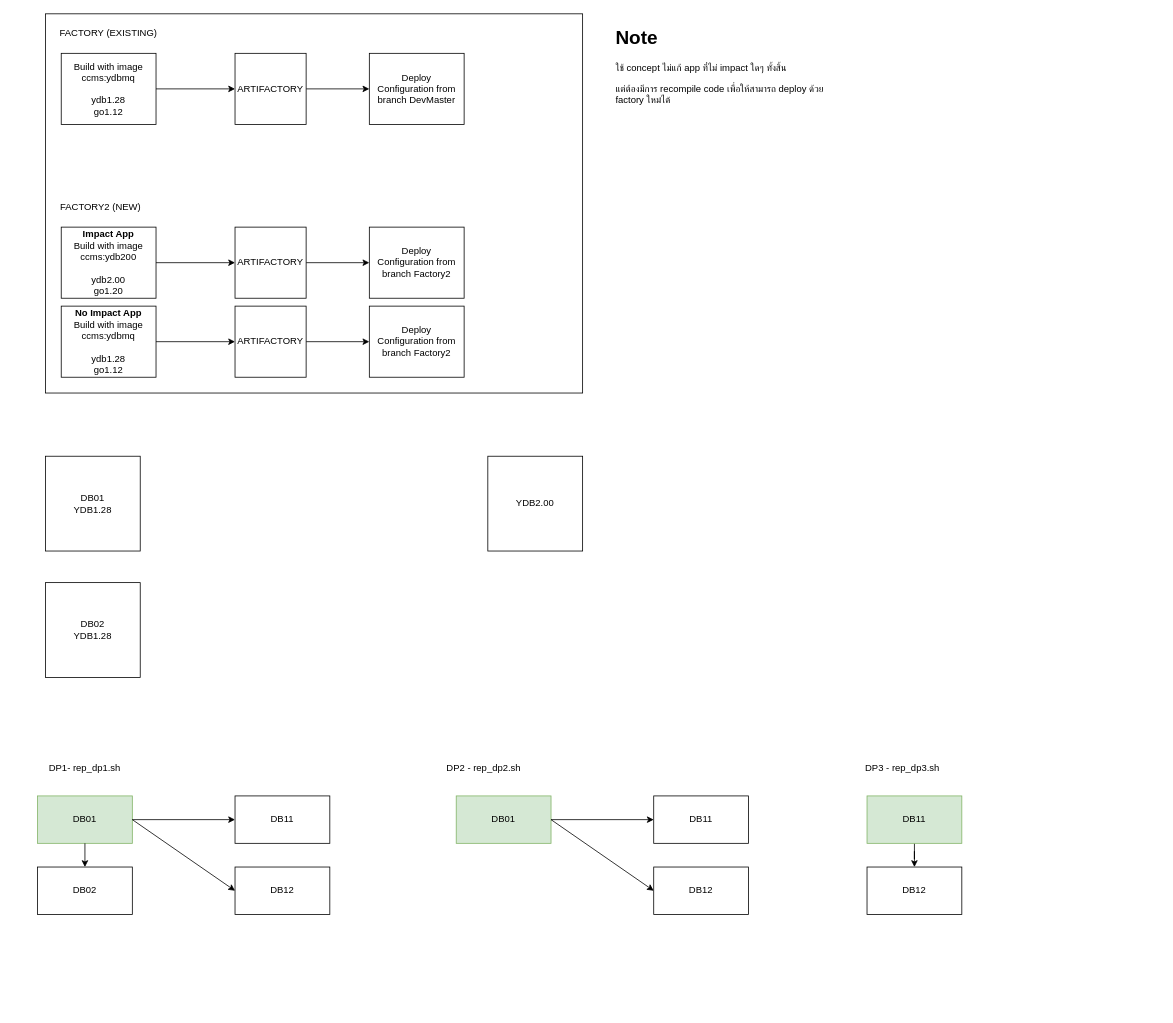
Earlier version of the draw.io diagram page "EOS LINUX" (3 of 4) of CCMS_Project.drawio (chawaratr/drawio). Source tidied: cells renumbered, new cells numbered last; positions are measured from the earlier drawing's top-left corner, leaving out a move shared by most shapes. Both pictures are drawn from the tidied source at 79%, with x=0, y=0 at pixel (37, 13).
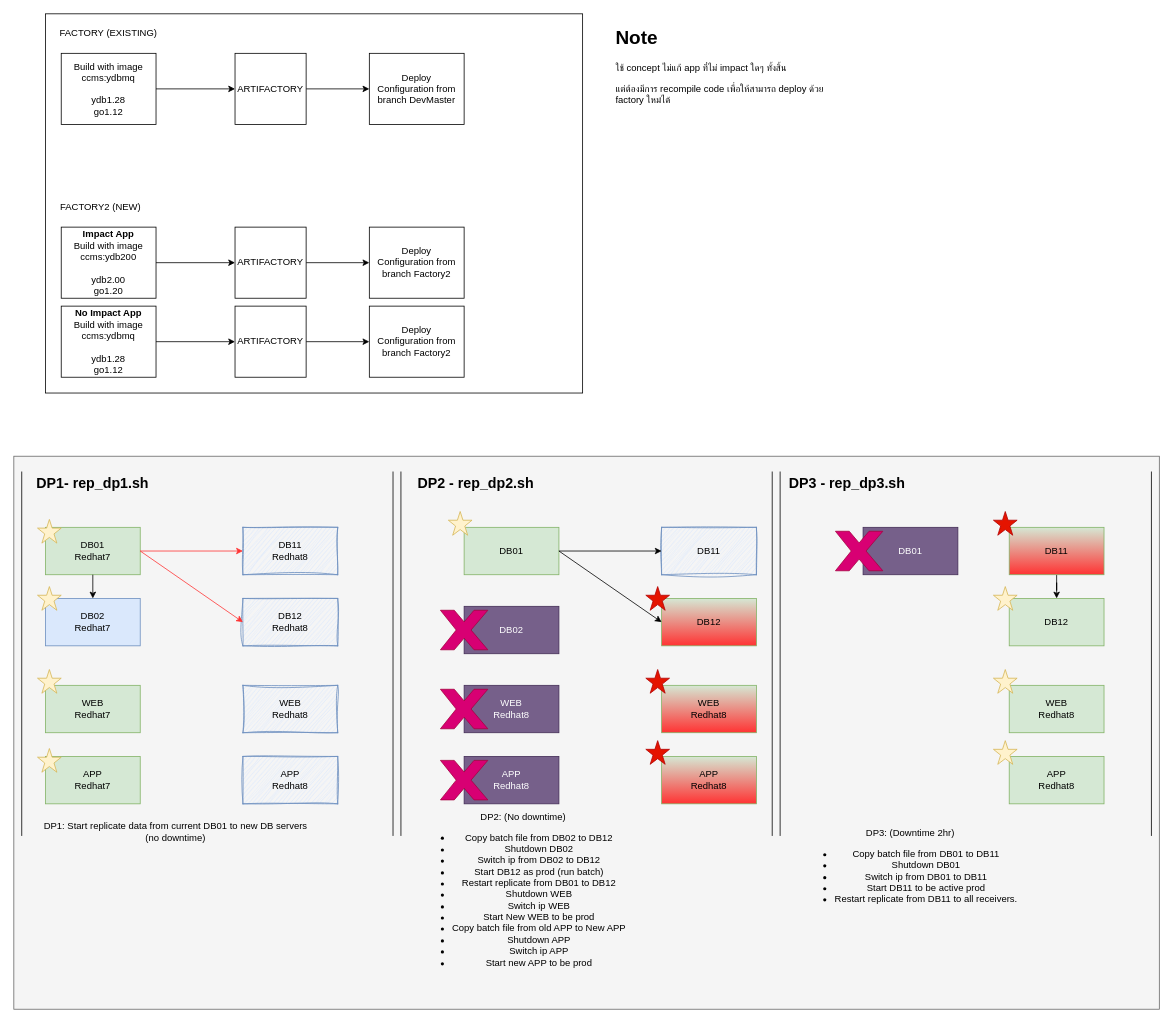
After the change.

Commit message:
update deploy appro...

Diff of the diagram source:
```diff
@@
+    <mxCell id="42" style="rounded=0;whiteSpace=wrap;html=1;fillColor=#f5f5f5;fontColor=#333333;strokeColor=#666666;" parent="1" vertex="1">
+      <mxGeometry x="-30" y="560" width="1450" height="700" as="geometry" />
+    </mxCell>
+    <mxCell id="43" style="shape=partialRectangle;whiteSpace=wrap;html=1;top=0;bottom=0;fillColor=none;" parent="1" vertex="1">
+      <mxGeometry x="940" y="580" width="470" height="460" as="geometry" />
+    </mxCell>
+    <mxCell id="44" style="shape=partialRectangle;whiteSpace=wrap;html=1;top=0;bottom=0;fillColor=none;" parent="1" vertex="1">
+      <mxGeometry x="460" y="580" width="470" height="460" as="geometry" />
+    </mxCell>
+    <mxCell id="45" style="shape=partialRectangle;whiteSpace=wrap;html=1;top=0;bottom=0;fillColor=none;" parent="1" vertex="1">
+      <mxGeometry x="-20" y="580" width="470" height="460" as="geometry" />
+    </mxCell>
@@
-    <mxCell id="21" value="&lt;div&gt;DB01&lt;/div&gt;YDB1.28" style="rounded=0;whiteSpace=wrap;html=1;" parent="1" vertex="1">
-      <mxGeometry x="10" y="560" width="120" height="120" as="geometry" />
-    </mxCell>
-    <mxCell id="22" value="YDB2.00" style="rounded=0;whiteSpace=wrap;html=1;" parent="1" vertex="1">
-      <mxGeometry x="570" y="560" width="120" height="120" as="geometry" />
-    </mxCell>
-    <mxCell id="23" value="&lt;div&gt;DB02&lt;/div&gt;YDB1.28" style="rounded=0;whiteSpace=wrap;html=1;" parent="1" vertex="1">
-      <mxGeometry x="10" y="720" width="120" height="120" as="geometry" />
-    </mxCell>
-    <mxCell id="24" value="DB01" style="rounded=0;whiteSpace=wrap;html=1;fillColor=#d5e8d4;strokeColor=#82b366;" parent="1" vertex="1">
-      <mxGeometry y="990" width="120" height="60" as="geometry" />
+    <mxCell id="24" value="DB01&lt;div&gt;Redhat7&lt;/div&gt;" style="rounded=0;whiteSpace=wrap;html=1;fillColor=#d5e8d4;strokeColor=#82b366;" parent="1" vertex="1">
+      <mxGeometry x="10" y="650" width="120" height="60" as="geometry" />
     </mxCell>
-    <mxCell id="25" value="DB02" style="rounded=0;whiteSpace=wrap;html=1;" parent="1" vertex="1">
-      <mxGeometry y="1080" width="120" height="60" as="geometry" />
+    <mxCell id="25" value="DB02&lt;div&gt;Redhat7&lt;/div&gt;" style="rounded=0;whiteSpace=wrap;html=1;fillColor=#dae8fc;strokeColor=#6c8ebf;" parent="1" vertex="1">
+      <mxGeometry x="10" y="740" width="120" height="60" as="geometry" />
     </mxCell>
-    <mxCell id="26" value="DB11" style="rounded=0;whiteSpace=wrap;html=1;" parent="1" vertex="1">
-      <mxGeometry x="250" y="990" width="120" height="60" as="geometry" />
+    <mxCell id="26" value="DB11&lt;div&gt;Redhat8&lt;/div&gt;" style="rounded=0;whiteSpace=wrap;html=1;fillColor=#dae8fc;strokeColor=#6c8ebf;sketch=1;curveFitting=1;jiggle=2;" parent="1" vertex="1">
+      <mxGeometry x="260" y="650" width="120" height="60" as="geometry" />
     </mxCell>
-    <mxCell id="27" value="DB12" style="rounded=0;whiteSpace=wrap;html=1;" parent="1" vertex="1">
-      <mxGeometry x="250" y="1080" width="120" height="60" as="geometry" />
+    <mxCell id="27" value="DB12&lt;div&gt;Redhat8&lt;/div&gt;" style="rounded=0;whiteSpace=wrap;html=1;fillColor=#dae8fc;strokeColor=#6c8ebf;sketch=1;curveFitting=1;jiggle=2;" parent="1" vertex="1">
+      <mxGeometry x="260" y="740" width="120" height="60" as="geometry" />
     </mxCell>
-    <mxCell id="28" style="endArrow=classic;html=1;rounded=0;entryX=0;entryY=0.5;entryDx=0;entryDy=0;" parent="1" edge="1" target="26">
+    <mxCell id="28" style="endArrow=classic;html=1;rounded=0;entryX=0;entryY=0.5;entryDx=0;entryDy=0;strokeColor=#FF3333;" parent="1" edge="1" target="26">
       <mxGeometry relative="1" as="geometry">
-        <mxPoint x="120" y="1020" as="sourcePoint" />
+        <mxPoint x="130" y="680" as="sourcePoint" />
       </mxGeometry>
     </mxCell>
-    <mxCell id="29" style="endArrow=classic;html=1;rounded=0;exitX=1;exitY=0.5;exitDx=0;exitDy=0;entryX=0;entryY=0.5;entryDx=0;entryDy=0;" parent="1" edge="1" source="24" target="27">
+    <mxCell id="29" style="endArrow=classic;html=1;rounded=0;exitX=1;exitY=0.5;exitDx=0;exitDy=0;entryX=0;entryY=0.5;entryDx=0;entryDy=0;strokeColor=#FF3333;" parent="1" edge="1" source="24" target="27">
       <mxGeometry relative="1" as="geometry" />
     </mxCell>
@@
     <mxCell id="31" value="DB01" style="rounded=0;whiteSpace=wrap;html=1;fillColor=#d5e8d4;strokeColor=#82b366;" parent="1" vertex="1">
-      <mxGeometry x="530" y="990" width="120" height="60" as="geometry" />
+      <mxGeometry x="540" y="650" width="120" height="60" as="geometry" />
     </mxCell>
-    <mxCell id="32" value="DB11" style="rounded=0;whiteSpace=wrap;html=1;" parent="1" vertex="1">
-      <mxGeometry x="780" y="990" width="120" height="60" as="geometry" />
+    <mxCell id="32" value="DB11" style="rounded=0;whiteSpace=wrap;html=1;fillColor=#dae8fc;strokeColor=#6c8ebf;sketch=1;curveFitting=1;jiggle=2;" parent="1" vertex="1">
+      <mxGeometry x="790" y="650" width="120" height="60" as="geometry" />
     </mxCell>
-    <mxCell id="33" value="DB12" style="rounded=0;whiteSpace=wrap;html=1;" parent="1" vertex="1">
-      <mxGeometry x="780" y="1080" width="120" height="60" as="geometry" />
+    <mxCell id="33" value="DB12" style="rounded=0;whiteSpace=wrap;html=1;fillColor=#d5e8d4;strokeColor=#82b366;gradientColor=#FF3333;" parent="1" vertex="1">
+      <mxGeometry x="790" y="740" width="120" height="60" as="geometry" />
     </mxCell>
     <mxCell id="34" style="endArrow=classic;html=1;rounded=0;entryX=0;entryY=0.5;entryDx=0;entryDy=0;" parent="1" edge="1" target="32">
       <mxGeometry relative="1" as="geometry">
-        <mxPoint x="650" y="1020" as="sourcePoint" />
+        <mxPoint x="660" y="680" as="sourcePoint" />
       </mxGeometry>
     </mxCell>
@@
-    <mxCell id="36" value="DP1- rep_dp1.sh" style="text;html=1;align=center;verticalAlign=middle;whiteSpace=wrap;rounded=0;" parent="1" vertex="1">
-      <mxGeometry y="940" width="120" height="30" as="geometry" />
+    <mxCell id="36" value="&lt;font style=&quot;font-size: 18px;&quot;&gt;DP1- rep_dp1.sh&lt;/font&gt;" style="text;html=1;align=center;verticalAlign=middle;whiteSpace=wrap;rounded=0;fontStyle=1;" parent="1" vertex="1">
+      <mxGeometry x="-20" y="580" width="180" height="30" as="geometry" />
     </mxCell>
-    <mxCell id="37" value="DP2 - rep_dp2.sh" style="text;html=1;align=center;verticalAlign=middle;whiteSpace=wrap;rounded=0;" parent="1" vertex="1">
-      <mxGeometry x="510" y="940" width="110" height="30" as="geometry" />
+    <mxCell id="37" value="&lt;b&gt;&lt;font style=&quot;font-size: 18px;&quot;&gt;DP2 - rep_dp2.sh&lt;/font&gt;&lt;/b&gt;" style="text;html=1;align=center;verticalAlign=middle;whiteSpace=wrap;rounded=0;" parent="1" vertex="1">
+      <mxGeometry x="480" y="580" width="150" height="30" as="geometry" />
     </mxCell>
@@
-    <mxCell id="39" value="DB11" style="rounded=0;whiteSpace=wrap;html=1;fillColor=#d5e8d4;strokeColor=#82b366;" parent="1" vertex="1">
-      <mxGeometry x="1050" y="990" width="120" height="60" as="geometry" />
+    <mxCell id="39" value="DB11" style="rounded=0;whiteSpace=wrap;html=1;fillColor=#d5e8d4;strokeColor=#82b366;gradientColor=#FF3333;" parent="1" vertex="1">
+      <mxGeometry x="1230" y="650" width="120" height="60" as="geometry" />
     </mxCell>
-    <mxCell id="40" value="DB12" style="rounded=0;whiteSpace=wrap;html=1;" parent="1" vertex="1">
-      <mxGeometry x="1050" y="1080" width="120" height="60" as="geometry" />
+    <mxCell id="40" value="DB12" style="rounded=0;whiteSpace=wrap;html=1;fillColor=#d5e8d4;strokeColor=#82b366;" parent="1" vertex="1">
+      <mxGeometry x="1230" y="740" width="120" height="60" as="geometry" />
     </mxCell>
-    <mxCell id="41" value="DP3 - rep_dp3.sh" style="text;html=1;align=center;verticalAlign=middle;whiteSpace=wrap;rounded=0;" parent="1" vertex="1">
-      <mxGeometry x="1040" y="940" width="110" height="30" as="geometry" />
+    <mxCell id="41" value="&lt;font style=&quot;font-size: 18px;&quot;&gt;DP3 - rep_dp3.sh&lt;/font&gt;" style="text;html=1;align=center;verticalAlign=middle;whiteSpace=wrap;rounded=0;fontStyle=1;" parent="1" vertex="1">
+      <mxGeometry x="950" y="580" width="150" height="30" as="geometry" />
     </mxCell>
+    <mxCell id="46" value="WEB&lt;div&gt;Redhat7&lt;/div&gt;" style="rounded=0;whiteSpace=wrap;html=1;fillColor=#d5e8d4;strokeColor=#82b366;" parent="1" vertex="1">
+      <mxGeometry x="10" y="850" width="120" height="60" as="geometry" />
+    </mxCell>
+    <mxCell id="47" value="APP&lt;div&gt;Redhat7&lt;/div&gt;" style="rounded=0;whiteSpace=wrap;html=1;fillColor=#d5e8d4;strokeColor=#82b366;" parent="1" vertex="1">
+      <mxGeometry x="10" y="940" width="120" height="60" as="geometry" />
+    </mxCell>
+    <mxCell id="48" value="DB02" style="rounded=0;whiteSpace=wrap;html=1;fillColor=#76608a;strokeColor=#432D57;fontColor=#ffffff;" parent="1" vertex="1">
+      <mxGeometry x="540" y="750" width="120" height="60" as="geometry" />
+    </mxCell>
+    <mxCell id="49" style="verticalLabelPosition=bottom;verticalAlign=top;html=1;shape=mxgraph.basic.x;fillColor=#d80073;strokeColor=#A50040;fontColor=#ffffff;" parent="1" vertex="1">
+      <mxGeometry x="510" y="755" width="60" height="50" as="geometry" />
+    </mxCell>
+    <mxCell id="50" style="verticalLabelPosition=bottom;verticalAlign=top;html=1;shape=mxgraph.basic.star;fillColor=#fff2cc;strokeColor=#d6b656;" parent="1" vertex="1">
+      <mxGeometry y="640" width="30" height="30" as="geometry" />
+    </mxCell>
+    <mxCell id="51" value="WEB&lt;div&gt;Redhat8&lt;/div&gt;" style="rounded=0;whiteSpace=wrap;html=1;sketch=1;curveFitting=1;jiggle=2;fillColor=#dae8fc;strokeColor=#6c8ebf;" parent="1" vertex="1">
+      <mxGeometry x="260" y="850" width="120" height="60" as="geometry" />
+    </mxCell>
+    <mxCell id="52" value="APP&lt;div&gt;Redhat8&lt;/div&gt;" style="rounded=0;whiteSpace=wrap;html=1;sketch=1;curveFitting=1;jiggle=2;fillColor=#dae8fc;strokeColor=#6c8ebf;" parent="1" vertex="1">
+      <mxGeometry x="260" y="940" width="120" height="60" as="geometry" />
+    </mxCell>
+    <mxCell id="53" style="verticalLabelPosition=bottom;verticalAlign=top;html=1;shape=mxgraph.basic.star;fillColor=#fff2cc;strokeColor=#d6b656;" parent="1" vertex="1">
+      <mxGeometry y="725" width="30" height="30" as="geometry" />
+    </mxCell>
+    <mxCell id="54" style="verticalLabelPosition=bottom;verticalAlign=top;html=1;shape=mxgraph.basic.star;fillColor=#fff2cc;strokeColor=#d6b656;" parent="1" vertex="1">
+      <mxGeometry y="830" width="30" height="30" as="geometry" />
+    </mxCell>
+    <mxCell id="55" style="verticalLabelPosition=bottom;verticalAlign=top;html=1;shape=mxgraph.basic.star;fillColor=#fff2cc;strokeColor=#d6b656;" parent="1" vertex="1">
+      <mxGeometry y="930" width="30" height="30" as="geometry" />
+    </mxCell>
+    <mxCell id="56" value="WEB&lt;div&gt;Redhat8&lt;/div&gt;" style="rounded=0;whiteSpace=wrap;html=1;fillColor=#76608a;strokeColor=#432D57;fontColor=#ffffff;" parent="1" vertex="1">
+      <mxGeometry x="540" y="850" width="120" height="60" as="geometry" />
+    </mxCell>
+    <mxCell id="57" value="APP&lt;div&gt;Redhat8&lt;/div&gt;" style="rounded=0;whiteSpace=wrap;html=1;fillColor=#76608a;strokeColor=#432D57;fontColor=#ffffff;" parent="1" vertex="1">
+      <mxGeometry x="540" y="940" width="120" height="60" as="geometry" />
+    </mxCell>
+    <mxCell id="58" value="WEB&lt;div&gt;Redhat8&lt;/div&gt;" style="rounded=0;whiteSpace=wrap;html=1;fillColor=#d5e8d4;strokeColor=#82b366;gradientColor=#FF3333;" parent="1" vertex="1">
+      <mxGeometry x="790" y="850" width="120" height="60" as="geometry" />
+    </mxCell>
+    <mxCell id="59" value="APP&lt;div&gt;Redhat8&lt;/div&gt;" style="rounded=0;whiteSpace=wrap;html=1;fillColor=#d5e8d4;strokeColor=#82b366;gradientColor=#FF3333;" parent="1" vertex="1">
+      <mxGeometry x="790" y="940" width="120" height="60" as="geometry" />
+    </mxCell>
+    <mxCell id="60" value="WEB&lt;div&gt;Redhat8&lt;/div&gt;" style="rounded=0;whiteSpace=wrap;html=1;fillColor=#d5e8d4;strokeColor=#82b366;" parent="1" vertex="1">
+      <mxGeometry x="1230" y="850" width="120" height="60" as="geometry" />
+    </mxCell>
+    <mxCell id="61" value="APP&lt;div&gt;Redhat8&lt;/div&gt;" style="rounded=0;whiteSpace=wrap;html=1;fillColor=#d5e8d4;strokeColor=#82b366;" parent="1" vertex="1">
+      <mxGeometry x="1230" y="940" width="120" height="60" as="geometry" />
+    </mxCell>
+    <mxCell id="62" value="DB01" style="rounded=0;whiteSpace=wrap;html=1;fillColor=#76608a;strokeColor=#432D57;fontColor=#ffffff;" parent="1" vertex="1">
+      <mxGeometry x="1045" y="650" width="120" height="60" as="geometry" />
+    </mxCell>
+    <mxCell id="63" style="verticalLabelPosition=bottom;verticalAlign=top;html=1;shape=mxgraph.basic.x;fillColor=#d80073;strokeColor=#A50040;fontColor=#ffffff;" parent="1" vertex="1">
+      <mxGeometry x="1010" y="655" width="60" height="50" as="geometry" />
+    </mxCell>
+    <mxCell id="64" style="verticalLabelPosition=bottom;verticalAlign=top;html=1;shape=mxgraph.basic.star;fillColor=#e51400;strokeColor=#B20000;fontColor=#ffffff;" parent="1" vertex="1">
+      <mxGeometry x="770" y="725" width="30" height="30" as="geometry" />
+    </mxCell>
+    <mxCell id="65" style="verticalLabelPosition=bottom;verticalAlign=top;html=1;shape=mxgraph.basic.x;fillColor=#d80073;strokeColor=#A50040;fontColor=#ffffff;" parent="1" vertex="1">
+      <mxGeometry x="510" y="855" width="60" height="50" as="geometry" />
+    </mxCell>
+    <mxCell id="66" style="verticalLabelPosition=bottom;verticalAlign=top;html=1;shape=mxgraph.basic.x;fillColor=#d80073;strokeColor=#A50040;fontColor=#ffffff;" parent="1" vertex="1">
+      <mxGeometry x="510" y="945" width="60" height="50" as="geometry" />
+    </mxCell>
+    <mxCell id="67" style="verticalLabelPosition=bottom;verticalAlign=top;html=1;shape=mxgraph.basic.star;fillColor=#e51400;strokeColor=#B20000;fontColor=#ffffff;" parent="1" vertex="1">
+      <mxGeometry x="770" y="830" width="30" height="30" as="geometry" />
+    </mxCell>
+    <mxCell id="68" style="verticalLabelPosition=bottom;verticalAlign=top;html=1;shape=mxgraph.basic.star;fillColor=#e51400;strokeColor=#B20000;fontColor=#ffffff;" parent="1" vertex="1">
+      <mxGeometry x="770" y="920" width="30" height="30" as="geometry" />
+    </mxCell>
+    <mxCell id="69" style="verticalLabelPosition=bottom;verticalAlign=top;html=1;shape=mxgraph.basic.star;fillColor=#fff2cc;strokeColor=#d6b656;" parent="1" vertex="1">
+      <mxGeometry x="520" y="630" width="30" height="30" as="geometry" />
+    </mxCell>
+    <mxCell id="70" style="verticalLabelPosition=bottom;verticalAlign=top;html=1;shape=mxgraph.basic.star;fillColor=#fff2cc;strokeColor=#d6b656;" parent="1" vertex="1">
+      <mxGeometry x="1210" y="725" width="30" height="30" as="geometry" />
+    </mxCell>
+    <mxCell id="71" style="verticalLabelPosition=bottom;verticalAlign=top;html=1;shape=mxgraph.basic.star;fillColor=#e51400;strokeColor=#B20000;fontColor=#ffffff;" parent="1" vertex="1">
+      <mxGeometry x="1210" y="630" width="30" height="30" as="geometry" />
+    </mxCell>
+    <mxCell id="72" style="verticalLabelPosition=bottom;verticalAlign=top;html=1;shape=mxgraph.basic.star;fillColor=#fff2cc;strokeColor=#d6b656;" parent="1" vertex="1">
+      <mxGeometry x="1210" y="830" width="30" height="30" as="geometry" />
+    </mxCell>
+    <mxCell id="73" style="verticalLabelPosition=bottom;verticalAlign=top;html=1;shape=mxgraph.basic.star;fillColor=#fff2cc;strokeColor=#d6b656;" parent="1" vertex="1">
+      <mxGeometry x="1210" y="920" width="30" height="30" as="geometry" />
+    </mxCell>
+    <mxCell id="74" value="DP1: Start replicate data from current DB01 to new DB servers (no downtime)" style="text;html=1;align=center;verticalAlign=middle;whiteSpace=wrap;rounded=0;" parent="1" vertex="1">
+      <mxGeometry y="1020" width="350" height="30" as="geometry" />
+    </mxCell>
+    <mxCell id="75" value="DP2: (No downtime)&lt;div&gt;&lt;ul&gt;&lt;li&gt;Copy batch file from DB02 to DB12&lt;/li&gt;&lt;li&gt;Shutdown DB02&lt;/li&gt;&lt;li&gt;Switch ip from DB02 to DB12&lt;/li&gt;&lt;li&gt;Start DB12 as prod (run batch)&lt;/li&gt;&lt;li&gt;Restart replicate from DB01 to DB12&lt;/li&gt;&lt;li&gt;Shutdown WEB&lt;/li&gt;&lt;li&gt;Switch ip WEB&lt;/li&gt;&lt;li&gt;Start New WEB to be prod&lt;/li&gt;&lt;li&gt;Copy batch file from old APP to New APP&lt;/li&gt;&lt;li&gt;Shutdown APP&lt;/li&gt;&lt;li&gt;Switch ip APP&lt;/li&gt;&lt;li&gt;Start new APP to be prod&lt;/li&gt;&lt;/ul&gt;&lt;/div&gt;" style="text;html=1;align=center;verticalAlign=middle;whiteSpace=wrap;rounded=0;" parent="1" vertex="1">
+      <mxGeometry x="440" y="1100" width="350" height="30" as="geometry" />
+    </mxCell>
+    <mxCell id="76" value="DP3: (Downtime 2hr)&lt;div&gt;&lt;ul&gt;&lt;li&gt;Copy batch file from DB01 to DB11&lt;/li&gt;&lt;li&gt;Shutdown DB01&lt;/li&gt;&lt;li&gt;Switch ip from DB01 to DB11&lt;/li&gt;&lt;li&gt;Start DB11 to be active prod&lt;/li&gt;&lt;li&gt;Restart replicate from DB11 to all receivers.&lt;/li&gt;&lt;/ul&gt;&lt;/div&gt;" style="text;html=1;align=center;verticalAlign=middle;whiteSpace=wrap;rounded=0;" parent="1" vertex="1">
+      <mxGeometry x="945" y="1070" width="320" height="30" as="geometry" />
+    </mxCell>
```
